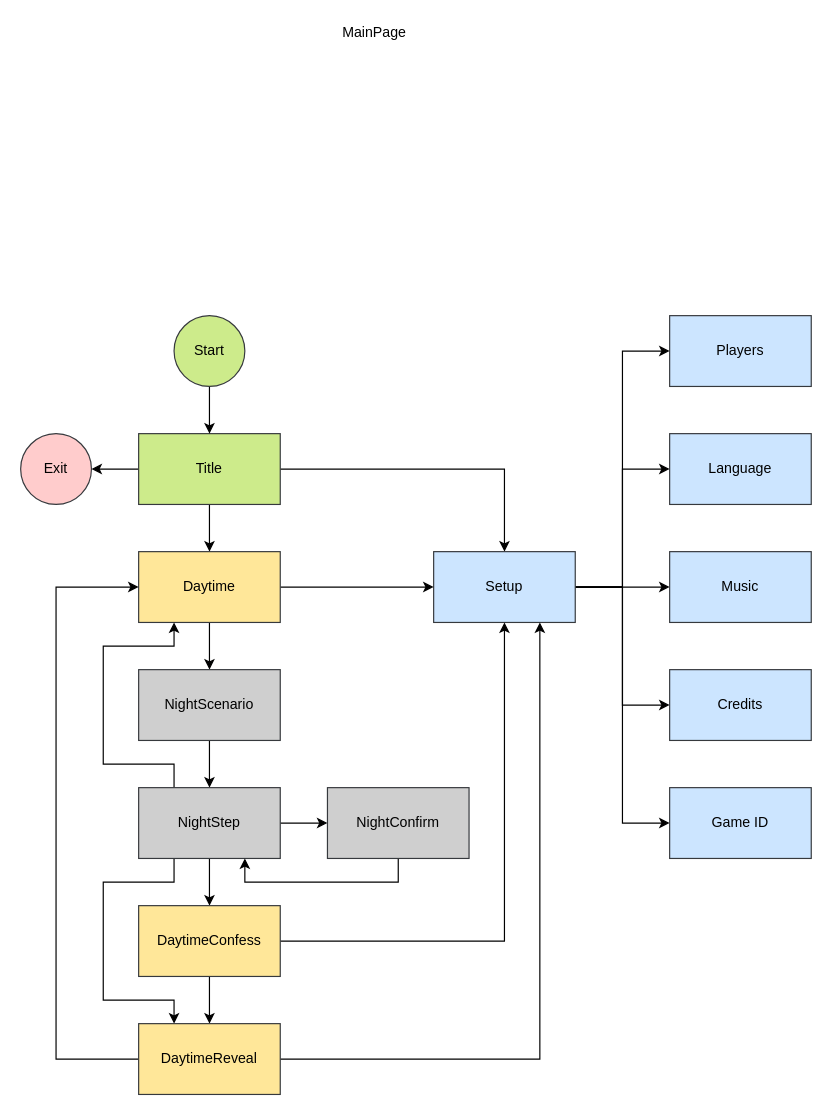
This is doc/Salem1692Moderator.drawio from ruittenb/salem-1692, a draw.io file, before an edit. Source tidied: cells renumbered, new cells numbered last; positions are measured from the earlier drawing's top-left corner, leaving out a move shared by most shapes. Both pictures are drawn from the tidied source at 118%, with x=0, y=0 at pixel (20, 20).
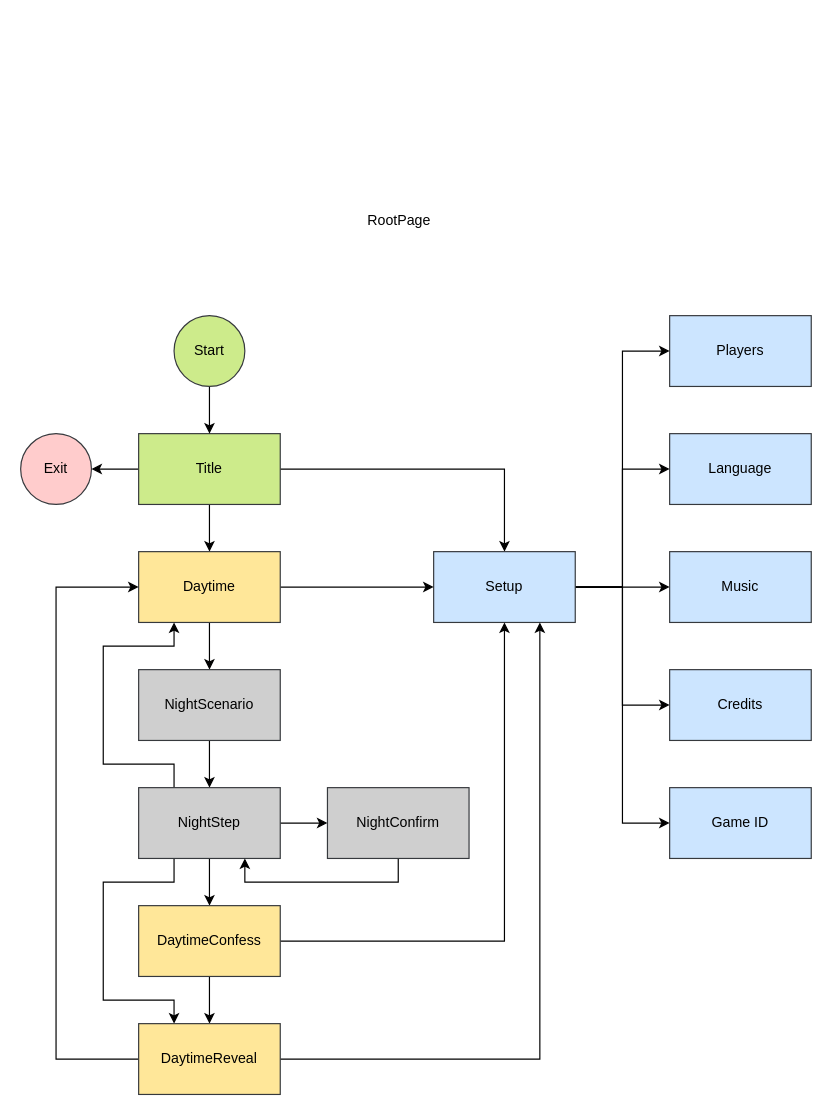
The same diagram, later.

Commit message (it also covers changes not shown here):
Renamed MainPage to RootPage

The edit, as a diff of the source:
```diff
@@
-    <mxCell id="23" value="MainPage" style="text;html=1;strokeColor=none;fillColor=none;align=center;verticalAlign=middle;whiteSpace=wrap;rounded=0;" parent="1" vertex="1">
-      <mxGeometry x="280" width="40" height="20" as="geometry" />
+    <mxCell id="23" value="RootPage" style="text;html=1;strokeColor=none;fillColor=none;align=center;verticalAlign=middle;whiteSpace=wrap;rounded=0;" parent="1" vertex="1">
+      <mxGeometry x="301" y="160" width="40" height="20" as="geometry" />
     </mxCell>
```
